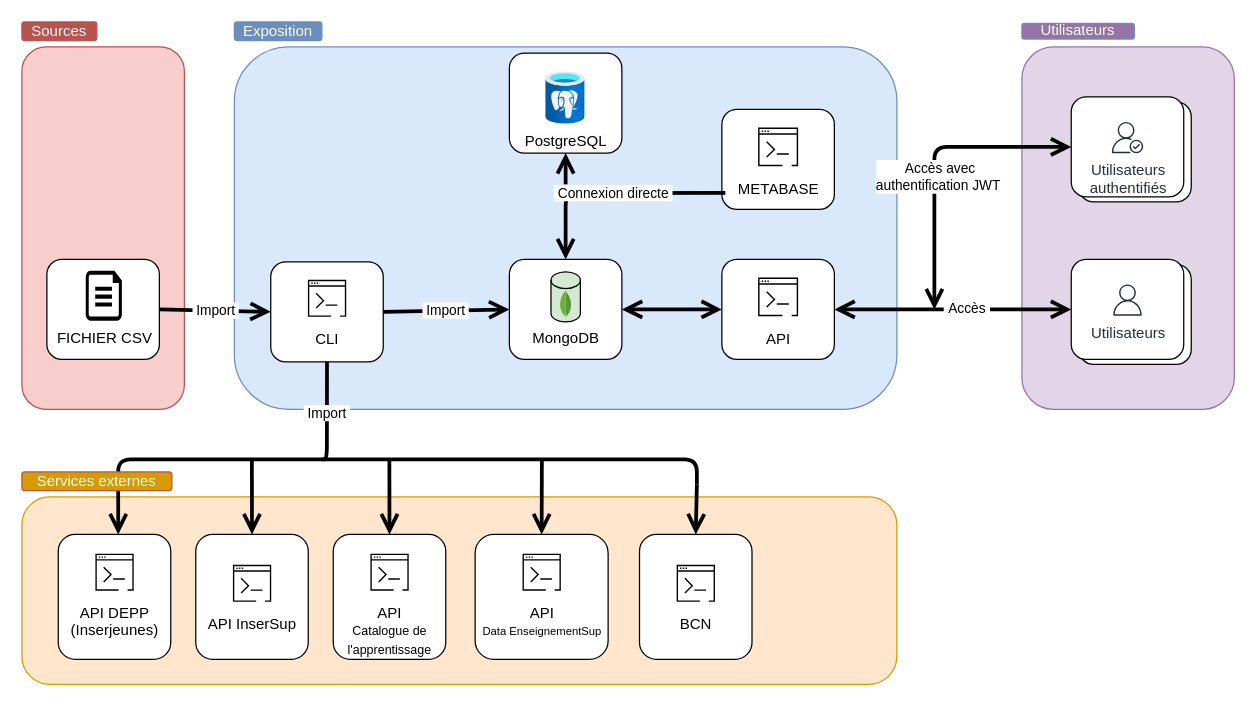
The draw.io diagram docs/dat/architecture_generale.drawio in mission-apprentissage/trajectoires-pro, before the edit. Source tidied: cells renumbered, new cells numbered last; positions are measured from the earlier drawing's top-left corner, leaving out a move shared by most shapes. Both pictures are drawn from the tidied source at 125%, with x=0, y=0 at pixel (21, 21).
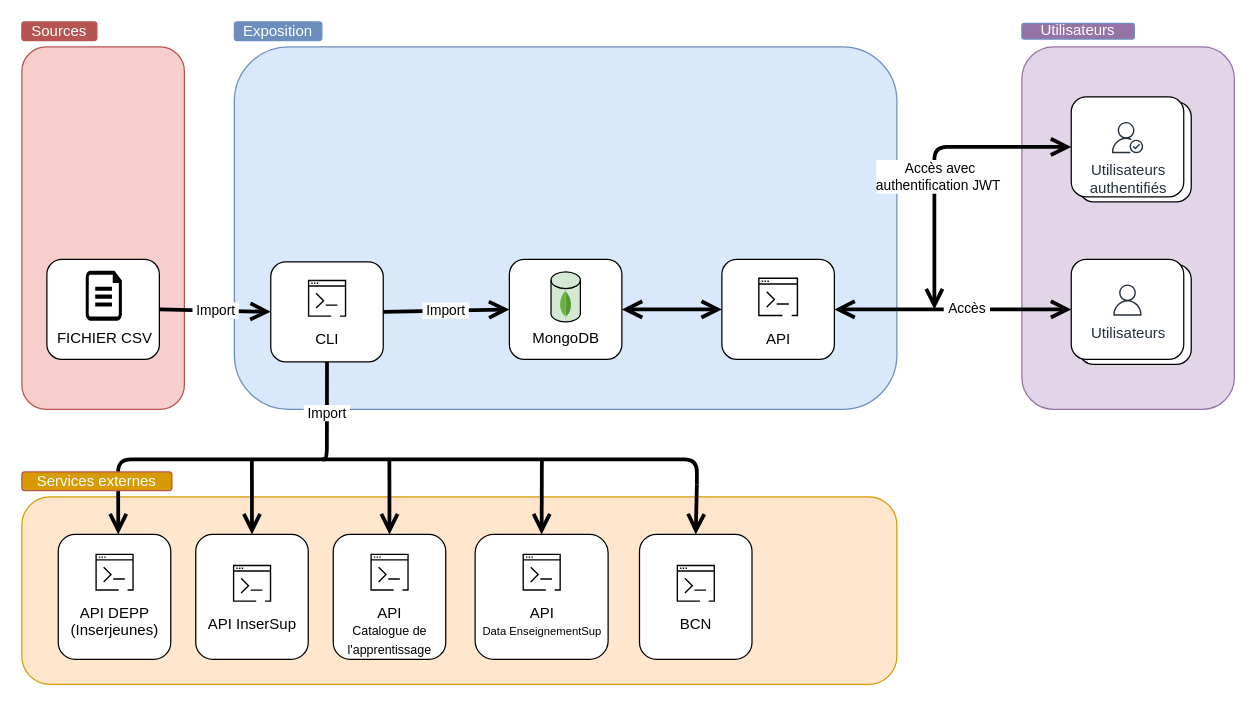
After the change.

Commit message (it also covers changes not shown here):
docs: mise à jour de l'architecture du dat (#381)

The change refers to these unchanged cells:
```xml
<mxCell id="16" style="rounded=1;whiteSpace=wrap;html=1;" parent="15" vertex="1">
  <mxGeometry width="90" height="80" as="geometry" />
</mxCell>
```

Change to the diagram source:
```diff
@@
-    <mxCell id="72" style="group;" parent="1" vertex="1">
-      <mxGeometry x="560" y="70" width="115" height="80" as="geometry" />
-    </mxCell>
-    <mxCell id="73" style="group;" parent="72" vertex="1">
-      <mxGeometry width="115" height="80" as="geometry" />
-    </mxCell>
-    <mxCell id="74" style="rounded=1;whiteSpace=wrap;html=1;" parent="73" vertex="1">
-      <mxGeometry width="90" height="80" as="geometry" />
-    </mxCell>
-    <mxCell id="75" value="METABASE" style="sketch=0;dashed=0;verticalLabelPosition=bottom;verticalAlign=top;align=center;html=1;fontSize=12;fontStyle=0;shape=mxgraph.aws4.resourceIcon;resIcon=mxgraph.aws4.command_line_interface;" parent="73" vertex="1">
-      <mxGeometry x="25" y="10" width="40" height="40" as="geometry" />
-    </mxCell>
@@
-    <mxCell id="80" value="&lt;span&gt;&amp;nbsp;Connexion directe&amp;nbsp;&lt;/span&gt;" style="endArrow=open;html=1;strokeWidth=3;targetPerimeterSpacing=0;endFill=0;jumpSize=6;sourcePerimeterSpacing=0;endSize=10;startSize=6;exitX=0.031;exitY=0.835;exitDx=0;exitDy=0;exitPerimeter=0;entryX=0.5;entryY=0;entryDx=0;entryDy=0;" parent="1" edge="1" source="74" target="16">
-      <mxGeometry relative="1" as="geometry">
-        <Array as="points">
-          <mxPoint x="435" y="137" />
-        </Array>
-      </mxGeometry>
-    </mxCell>
-    <mxCell id="81" style="group;" parent="1" vertex="1">
-      <mxGeometry x="390" y="25" width="90" height="80" as="geometry" />
-    </mxCell>
-    <mxCell id="82" style="group;" parent="81" vertex="1">
-      <mxGeometry width="90" height="80" as="geometry" />
-    </mxCell>
-    <mxCell id="83" style="rounded=1;whiteSpace=wrap;html=1;" parent="82" vertex="1">
-      <mxGeometry width="90" height="80" as="geometry" />
-    </mxCell>
-    <mxCell id="84" value="&lt;span style=&quot;color: rgb(0, 0, 0); background-color: rgb(251, 251, 251);&quot;&gt;PostgreSQL&lt;/span&gt;" style="image;html=1;align=center;fontSize=12;image=img/lib/azure2/databases/Azure_Database_PostgreSQL_Server.svg;" parent="82" vertex="1">
-      <mxGeometry x="29.2" y="15" width="31.5" height="42" as="geometry" />
-    </mxCell>
-    <mxCell id="85" style="endArrow=open;html=1;strokeWidth=3;targetPerimeterSpacing=0;endFill=0;jumpSize=6;sourcePerimeterSpacing=0;endSize=10;startSize=6;entryX=0.5;entryY=1;entryDx=0;entryDy=0;" parent="1" edge="1" target="83">
-      <mxGeometry relative="1" as="geometry">
-        <mxPoint x="435" y="130" as="sourcePoint" />
-      </mxGeometry>
-    </mxCell>
```
